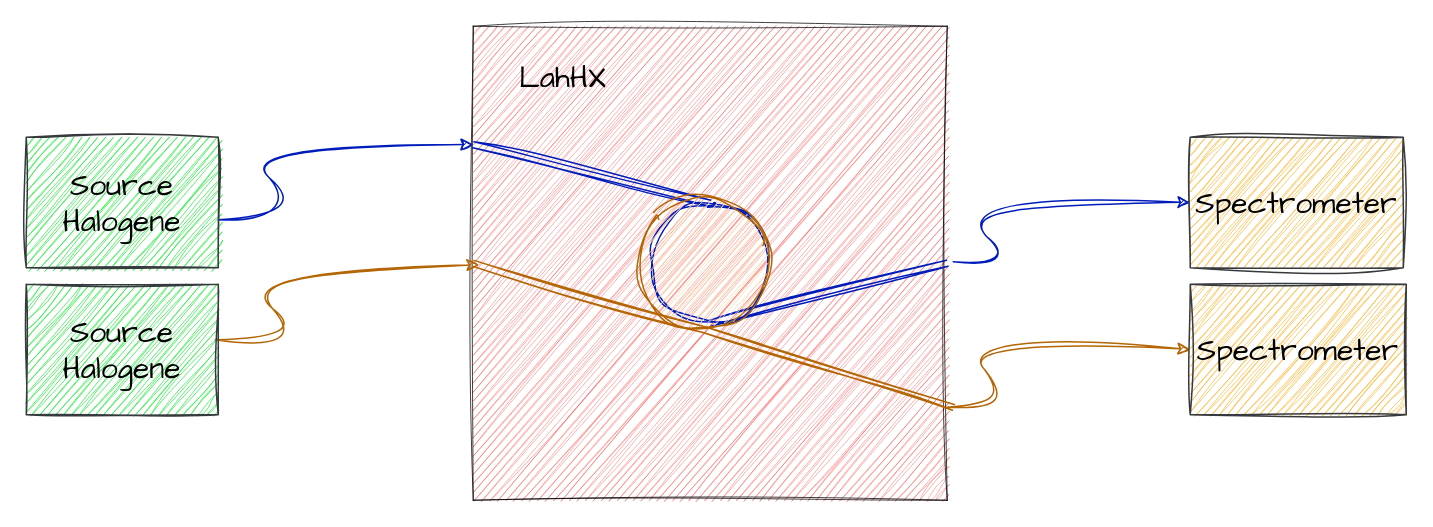
Before: RIA2.drawio in 666creeping666death/C-code, a draw.io diagram. Source tidied: cells renumbered, new cells numbered last; positions are measured from the earlier drawing's top-left corner, leaving out a move shared by most shapes. Both pictures are drawn from the tidied source at 150%, with x=0, y=0 at pixel (26, 26).
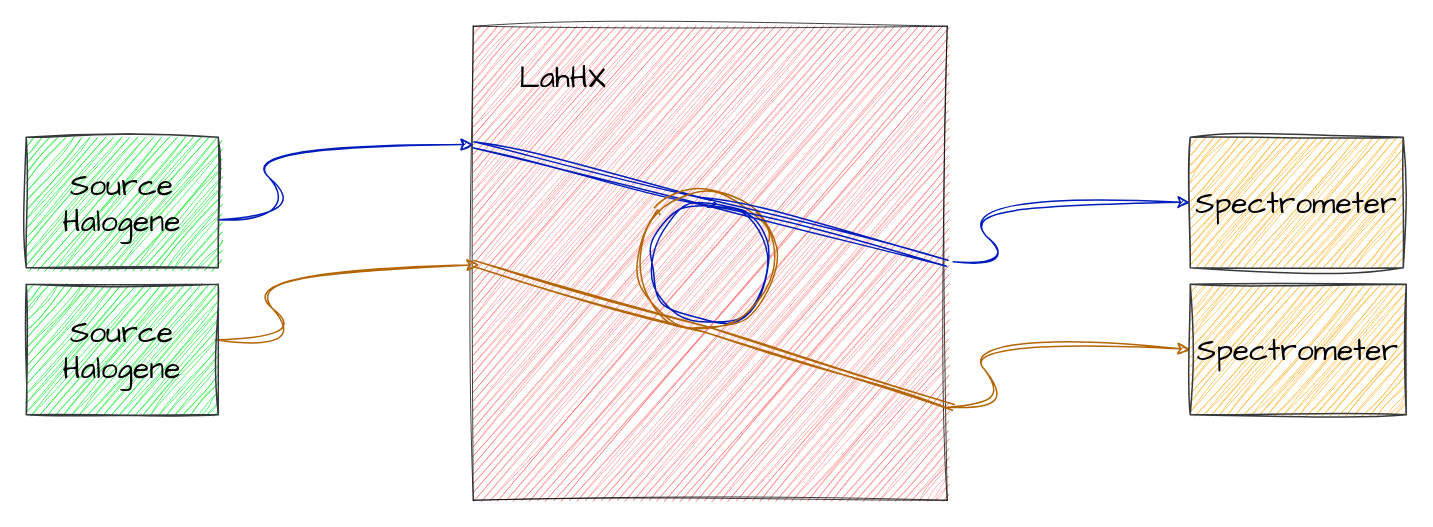
Above is the later version.

The change refers to these unchanged cells:
```xml
<mxCell id="2" style="whiteSpace=wrap;html=1;sketch=1;hachureGap=4;jiggle=2;curveFitting=1;fontFamily=Architects Daughter;fontSize=20;fillColor=#ff2d2d;strokeWidth=0.5;" parent="1" vertex="1">
  <mxGeometry x="298" width="316" height="316" as="geometry" />
</mxCell>
<mxCell id="12" style="ellipse;whiteSpace=wrap;html=1;sketch=1;hachureGap=4;jiggle=2;curveFitting=1;fontFamily=Architects Daughter;fontSize=20;fillColor=none;fontColor=#ffffff;strokeColor=#001DBC;" parent="1" vertex="1">
  <mxGeometry x="416" y="118" width="80" height="80" as="geometry" />
</mxCell>
```

The edit, as a diff of the source:
```diff
@@
-    <mxCell id="14" style="shape=link;html=1;rounded=0;sketch=1;hachureGap=4;jiggle=2;curveFitting=1;fontFamily=Architects Daughter;fontSize=16;exitX=0.5;exitY=1;exitDx=0;exitDy=0;entryX=1;entryY=0.5;entryDx=0;entryDy=0;fillColor=#0050ef;strokeColor=#001DBC;" parent="1" edge="1" source="12" target="2">
-      <mxGeometry relative="1" as="geometry" />
-    </mxCell>
-    <mxCell id="15" style="ellipse;whiteSpace=wrap;html=1;sketch=1;hachureGap=4;jiggle=2;curveFitting=1;fontFamily=Architects Daughter;fontSize=20;fillColor=#fad7ac;strokeColor=#b46504;" parent="1" vertex="1">
-      <mxGeometry x="407.5" y="113.8" width="88.5" height="88.5" as="geometry" />
+    <mxCell id="15" style="ellipse;whiteSpace=wrap;html=1;sketch=1;hachureGap=4;jiggle=2;curveFitting=1;fontFamily=Architects Daughter;fontSize=20;fillColor=none;strokeColor=#b46504;" parent="1" vertex="1">
+      <mxGeometry x="407.5" y="110" width="92.2" height="92.2" as="geometry" />
     </mxCell>
@@
+    <mxCell id="18" style="shape=link;html=1;rounded=0;sketch=1;hachureGap=4;jiggle=2;curveFitting=1;fontFamily=Architects Daughter;fontSize=16;entryX=1;entryY=0.5;entryDx=0;entryDy=0;fillColor=#0050ef;strokeColor=#001DBC;" parent="1" edge="1" target="2">
+      <mxGeometry relative="1" as="geometry">
+        <mxPoint x="448" y="116" as="sourcePoint" />
+      </mxGeometry>
+    </mxCell>
```
